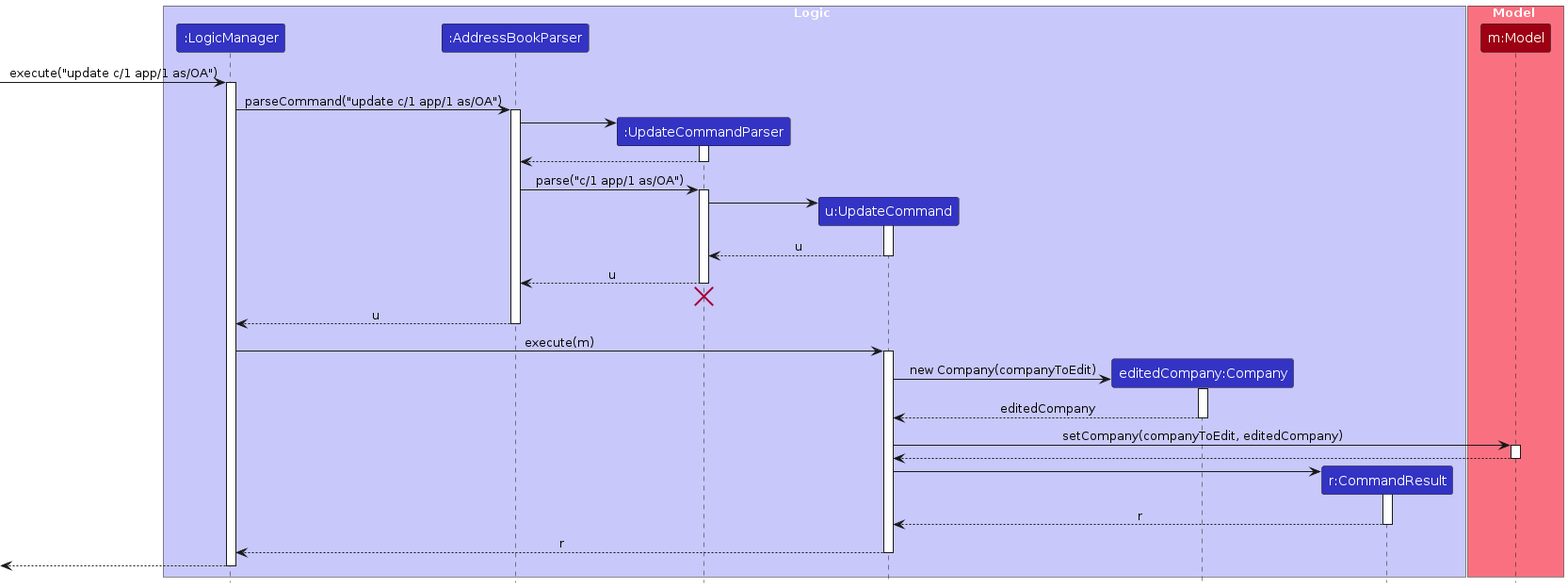
This is diagrams/UpdateCommandSequence.png from AY2425S1-CS2103T-T09-1/tp, a PlantUML export, as it was before one commit. Its source is kept beside it as diagrams/UpdateCommandSequence.puml.
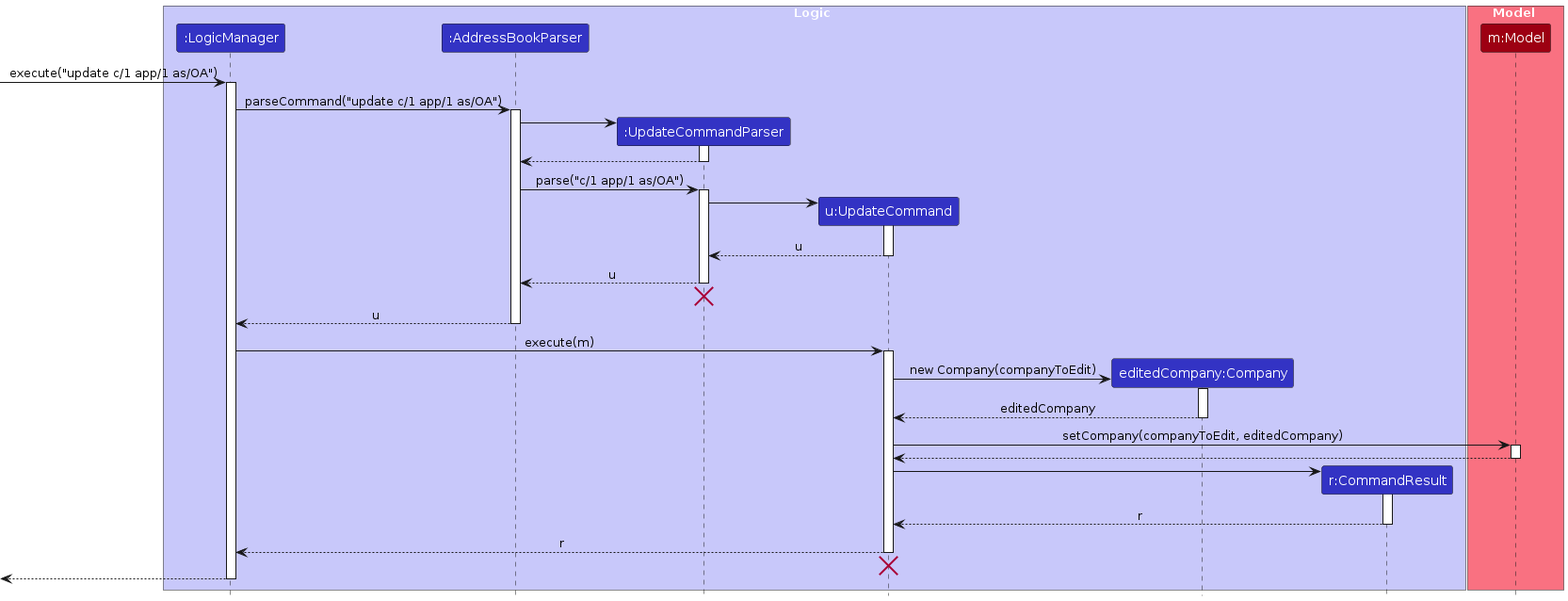
Later version of the same file.

Diff of the diagram source:
```diff
@@ -73,6 +73,9 @@
 UpdateCommand --> LogicManager : r
 deactivate UpdateCommand
 
+UpdateCommand -[hidden]-> LogicManager
+destroy UpdateCommand
+
 [<-- LogicManager
 deactivate LogicManager
 @enduml
```
